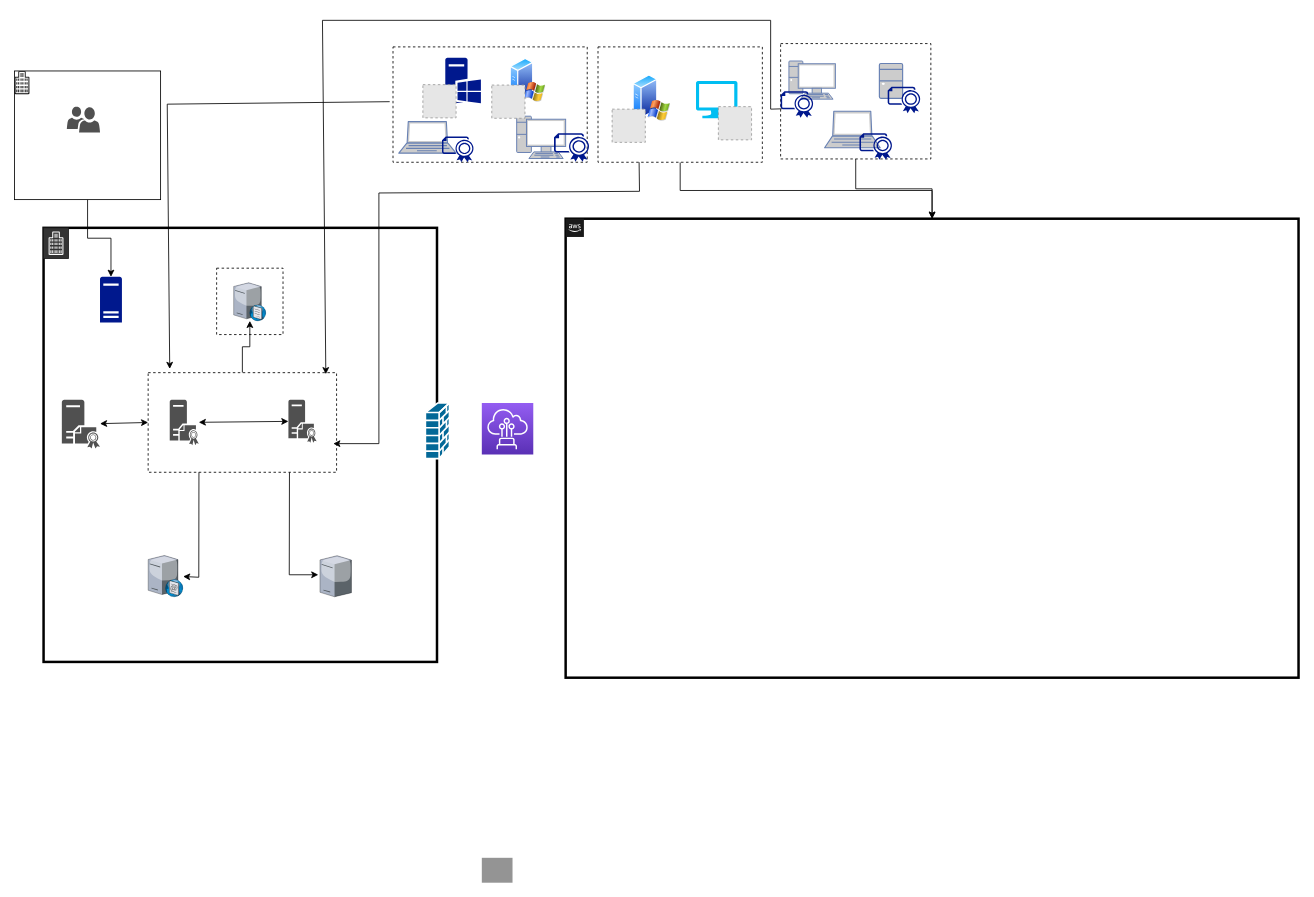
This is Diagram Archi PKI.drawio from ebode1/MyCustomerRepo, a draw.io file, before an edit. Source tidied: cells renumbered, new cells numbered last; positions are measured from the earlier drawing's top-left corner, leaving out a move shared by most shapes. Both pictures are drawn from the tidied source at 83%, with x=0, y=0 at pixel (14, 20). Pictures stored in the file or linked from it are replaced by grey dashed boxes.
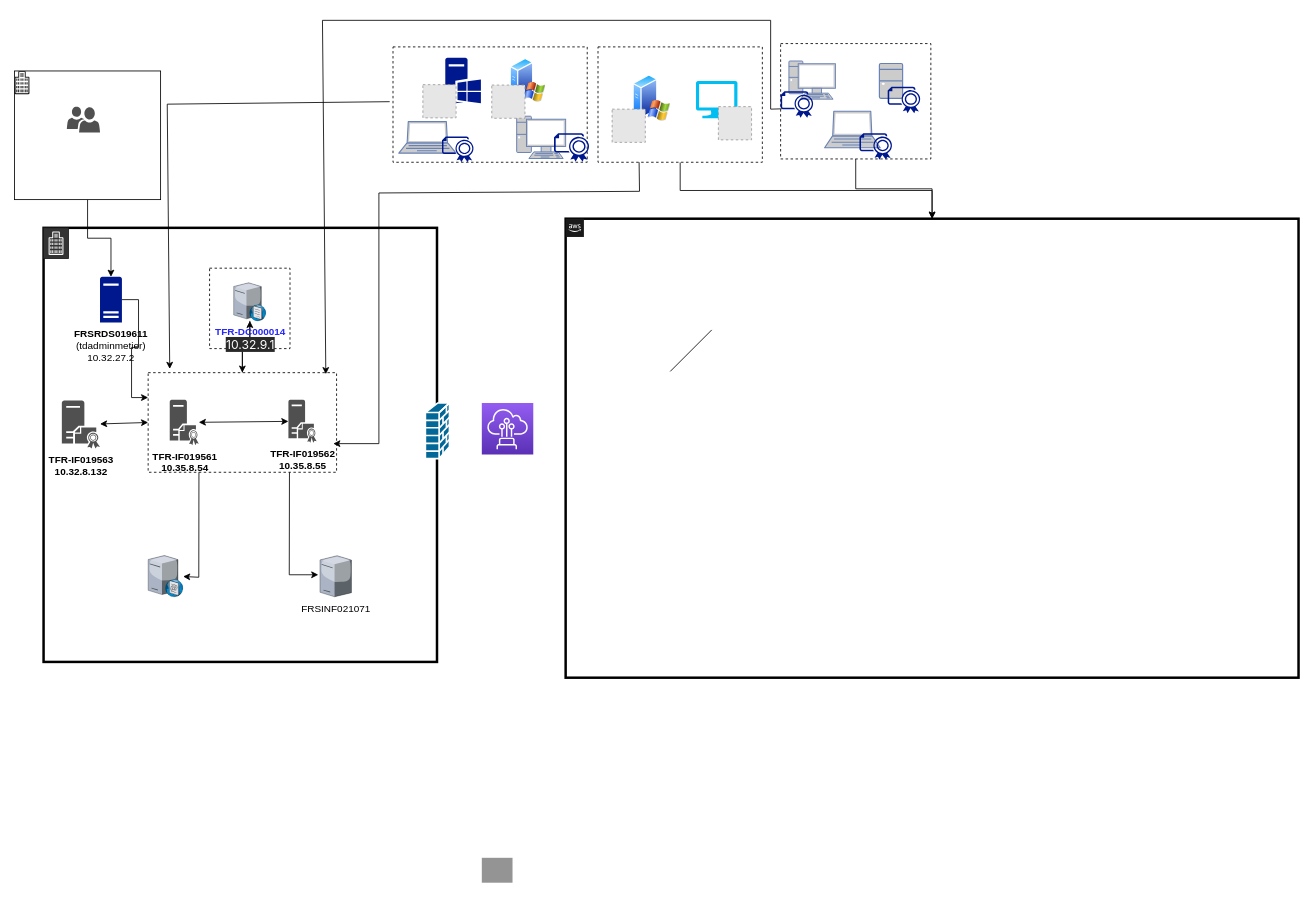
After the change.

Commit message (it also covers changes not shown here):
Mettre à jour Diagram Archi PKI.drawio

The change refers to these unchanged cells:
```xml
<mxCell id="6" style="rounded=0;whiteSpace=wrap;html=1;dashed=1;" parent="1" vertex="1">
  <mxGeometry x="161" y="424.5" width="227" height="120" as="geometry" />
</mxCell>
```

Diff of the diagram source:
```diff
@@
     <mxCell id="4" style="whiteSpace=wrap;html=1;dashed=1;" parent="1" vertex="1">
-      <mxGeometry x="243.5" y="298.6" width="80" height="80" as="geometry" />
+      <mxGeometry x="235" y="298.6" width="96.9" height="96.9" as="geometry" />
     </mxCell>
@@
+    <mxCell id="55" style="edgeStyle=orthogonalEdgeStyle;rounded=0;jettySize=auto;html=1;fontColor=#2626FF;" parent="1" edge="1" source="8" target="6">
+      <mxGeometry relative="1" as="geometry" />
+    </mxCell>
-    <mxCell id="8" style="verticalLabelPosition=bottom;sketch=0;html=1;verticalAlign=top;strokeColor=none;align=center;outlineConnect=0;shape=mxgraph.citrix.dns_server;" parent="1" vertex="1">
+    <mxCell id="8" value="&lt;b&gt;&lt;font color=&quot;#2626ff&quot;&gt;TFR-DC000014&lt;br&gt;&lt;/font&gt;&lt;/b&gt;&lt;span style=&quot;color: rgb(255, 255, 255); font-family: -apple-system, BlinkMacSystemFont, &amp;quot;Segoe UI&amp;quot;, system-ui, &amp;quot;Apple Color Emoji&amp;quot;, &amp;quot;Segoe UI Emoji&amp;quot;, &amp;quot;Segoe UI Web&amp;quot;, sans-serif; font-size: 14.6667px; text-align: start; background-color: rgb(41, 41, 41);&quot;&gt;10.32.9.1&lt;/span&gt;&lt;b&gt;&lt;font color=&quot;#2626ff&quot;&gt;&lt;br&gt;&lt;/font&gt;&lt;/b&gt;" style="verticalLabelPosition=bottom;sketch=0;html=1;verticalAlign=top;strokeColor=none;align=center;outlineConnect=0;shape=mxgraph.citrix.dns_server;" parent="1" vertex="1">
       <mxGeometry x="264" y="315" width="39" height="47.1" as="geometry" />
     </mxCell>
-    <mxCell id="9" style="verticalLabelPosition=bottom;sketch=0;html=1;verticalAlign=top;strokeColor=none;align=center;shape=mxgraph.citrix.license_server;" parent="1" vertex="1">
+    <mxCell id="9" value="&lt;span style=&quot;font-size: 12px;&quot;&gt;FRSINF021071&lt;/span&gt;" style="verticalLabelPosition=bottom;sketch=0;html=1;verticalAlign=top;strokeColor=none;align=center;shape=mxgraph.citrix.license_server;" parent="1" vertex="1">
       <mxGeometry x="368" y="645" width="37.9" height="49.5" as="geometry" />
     </mxCell>
-    <mxCell id="10" style="sketch=0;shadow=0;dashed=0;html=1;strokeColor=none;fillColor=#505050;labelPosition=center;verticalLabelPosition=bottom;verticalAlign=top;outlineConnect=0;align=center;shape=mxgraph.office.servers.certificate_authority;" parent="1" vertex="1">
-      <mxGeometry x="57" y="457" width="46" height="59" as="geometry" />
+    <mxCell id="10" value="&lt;span style=&quot;font-size: 12px;&quot;&gt;&lt;b&gt;TFR-IF019563&lt;br&gt;10.32.8.132&lt;br&gt;&lt;/b&gt;&lt;/span&gt;" style="sketch=0;shadow=0;dashed=0;html=1;strokeColor=none;fillColor=#505050;labelPosition=center;verticalLabelPosition=bottom;verticalAlign=top;outlineConnect=0;align=center;shape=mxgraph.office.servers.certificate_authority;" parent="1" vertex="1">
+      <mxGeometry x="57" y="458" width="46" height="58" as="geometry" />
     </mxCell>
-    <mxCell id="11" style="sketch=0;shadow=0;dashed=0;html=1;strokeColor=none;fillColor=#505050;labelPosition=center;verticalLabelPosition=bottom;verticalAlign=top;outlineConnect=0;align=center;shape=mxgraph.office.servers.certificate_authority;" parent="1" vertex="1">
+    <mxCell id="11" value="&lt;span style=&quot;font-size: 12px;&quot;&gt;&lt;b&gt;TFR-IF019562&lt;br&gt;10.35.8.55&lt;br&gt;&lt;/b&gt;&lt;/span&gt;" style="sketch=0;shadow=0;dashed=0;html=1;strokeColor=none;fillColor=#505050;labelPosition=center;verticalLabelPosition=bottom;verticalAlign=top;outlineConnect=0;align=center;shape=mxgraph.office.servers.certificate_authority;" parent="1" vertex="1">
       <mxGeometry x="330" y="457" width="34" height="52" as="geometry" />
     </mxCell>
-    <mxCell id="12" style="sketch=0;shadow=0;dashed=0;html=1;strokeColor=none;fillColor=#505050;labelPosition=center;verticalLabelPosition=bottom;verticalAlign=top;outlineConnect=0;align=center;shape=mxgraph.office.servers.certificate_authority;" parent="1" vertex="1">
+    <mxCell id="12" value="&lt;span style=&quot;font-size: 12px;&quot;&gt;&lt;b&gt;TFR-IF019561&lt;br&gt;&lt;/b&gt;&lt;/span&gt;&lt;b&gt;10.35.8.54&lt;/b&gt;&lt;span style=&quot;font-size: 12px;&quot;&gt;&lt;b&gt;&lt;br&gt;&lt;/b&gt;&lt;/span&gt;" style="sketch=0;shadow=0;dashed=0;html=1;strokeColor=none;fillColor=#505050;labelPosition=center;verticalLabelPosition=bottom;verticalAlign=top;outlineConnect=0;align=center;shape=mxgraph.office.servers.certificate_authority;" parent="1" vertex="1">
       <mxGeometry x="187" y="457" width="35" height="55" as="geometry" />
     </mxCell>
@@
+    <mxCell id="56" style="edgeStyle=orthogonalEdgeStyle;rounded=0;jettySize=auto;html=1;entryX=0;entryY=0.25;entryDx=0;entryDy=0;" parent="1" edge="1" source="46" target="6">
+      <mxGeometry relative="1" as="geometry" />
+    </mxCell>
-    <mxCell id="46" style="sketch=0;shadow=0;dashed=0;html=1;strokeColor=none;labelPosition=center;verticalLabelPosition=bottom;verticalAlign=top;align=center;fillColor=#00188D;shape=mxgraph.mscae.enterprise.server_generic;strokeWidth=3;" parent="1" vertex="1">
+    <mxCell id="46" value="&lt;b&gt;FRSRDS019611 &lt;/b&gt;&lt;br&gt;(tdadminmetier)&lt;br&gt;10.32.27.2" style="sketch=0;shadow=0;dashed=0;html=1;strokeColor=none;labelPosition=center;verticalLabelPosition=bottom;verticalAlign=top;align=center;fillColor=#00188D;shape=mxgraph.mscae.enterprise.server_generic;strokeWidth=3;" parent="1" vertex="1">
       <mxGeometry x="103" y="309" width="26.4" height="55" as="geometry" />
     </mxCell>
@@
+    <mxCell id="57" style="endArrow=none;html=1;rounded=0;" parent="1" edge="1">
+      <mxGeometry relative="1" as="geometry">
+        <mxPoint x="790" y="423" as="sourcePoint" />
+        <mxPoint x="840" y="373" as="targetPoint" />
+      </mxGeometry>
+    </mxCell>
```
